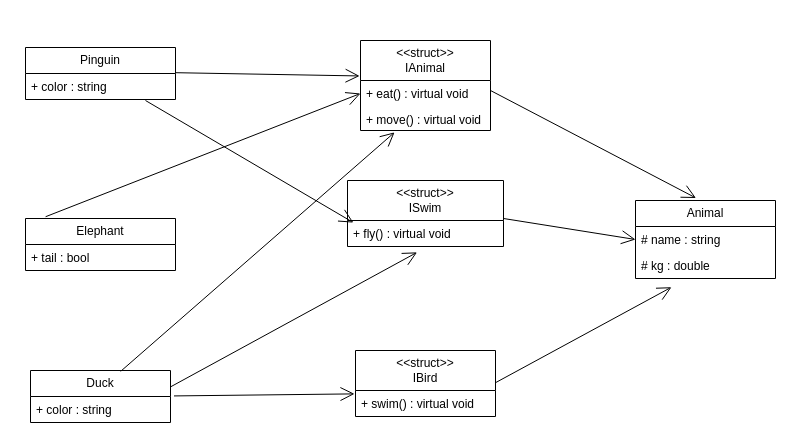
Nikitamoge/For-UML keeps this draw.io diagram as 30.04.24.drawio. Above is the earlier version. Source tidied: cells renumbered, new cells numbered last; positions are measured from the earlier drawing's top-left corner, leaving out a move shared by most shapes. Both pictures are drawn from the tidied source at 100%, with x=0, y=0 at pixel (25, 40).
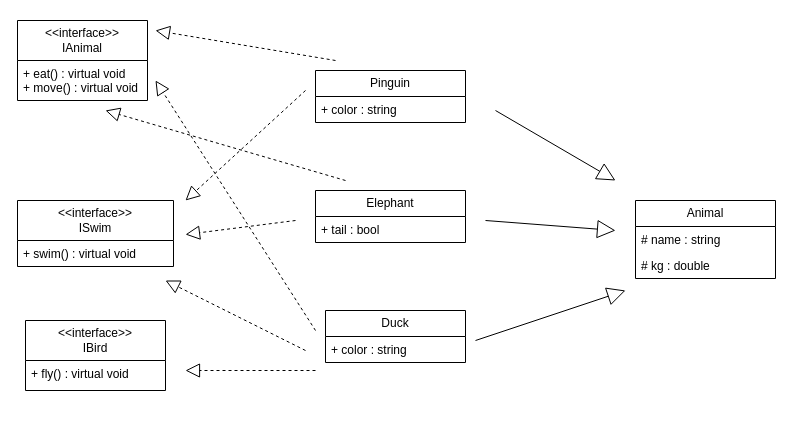
The same page after the edit.

The change refers to these unchanged cells:
```xml
<mxCell id="10" value="+ color : string" style="text;strokeColor=none;fillColor=none;align=left;verticalAlign=top;spacingLeft=4;spacingRight=4;overflow=hidden;points=[[0,0.5],[1,0.5]];portConstraint=eastwest;whiteSpace=wrap;html=1;" parent="9" vertex="1">
  <mxGeometry y="26" width="140" height="26" as="geometry" />
</mxCell>
<mxCell id="11" value="Animal" style="swimlane;fontStyle=0;horizontal=1;startSize=26;fillColor=none;whiteSpace=wrap;html=1;" parent="1" vertex="1">
  <mxGeometry x="610" y="160" width="140" height="78" as="geometry" />
</mxCell>
<mxCell id="12" value="# name : string" style="text;strokeColor=none;fillColor=none;align=left;verticalAlign=top;spacingLeft=4;spacingRight=4;overflow=hidden;points=[[0,0.5],[1,0.5]];portConstraint=eastwest;whiteSpace=wrap;html=1;" parent="11" vertex="1">
  <mxGeometry y="26" width="140" height="26" as="geometry" />
</mxCell>
<mxCell id="13" value="# kg : double" style="text;strokeColor=none;fillColor=none;align=left;verticalAlign=top;spacingLeft=4;spacingRight=4;overflow=hidden;points=[[0,0.5],[1,0.5]];portConstraint=eastwest;whiteSpace=wrap;html=1;" parent="11" vertex="1">
  <mxGeometry y="52" width="140" height="26" as="geometry" />
</mxCell>
```

Diff of the diagram source:
```diff
@@
-    <mxCell id="2" value="&lt;div&gt;&amp;lt;&amp;lt;struct&amp;gt;&amp;gt;&lt;/div&gt;IAnimal" style="swimlane;fontStyle=0;horizontal=1;startSize=40;fillColor=none;whiteSpace=wrap;html=1;" parent="1" vertex="1">
-      <mxGeometry x="335" width="130" height="90" as="geometry" />
+    <mxCell id="2" value="&lt;div&gt;&amp;lt;&amp;lt;interface&amp;gt;&amp;gt;&lt;/div&gt;IAnimal" style="swimlane;fontStyle=0;horizontal=1;startSize=40;fillColor=none;whiteSpace=wrap;html=1;" parent="1" vertex="1">
+      <mxGeometry x="-8" y="-20" width="130" height="80" as="geometry" />
     </mxCell>
-    <mxCell id="3" value="+ eat() : virtual void" style="text;strokeColor=none;fillColor=none;align=left;verticalAlign=top;spacingLeft=4;spacingRight=4;overflow=hidden;points=[[0,0.5],[1,0.5]];portConstraint=eastwest;whiteSpace=wrap;html=1;" parent="2" vertex="1">
-      <mxGeometry y="40" width="130" height="26" as="geometry" />
+    <mxCell id="3" value="+ eat() : virtual void&lt;div&gt;+ move() : virtual void&lt;br&gt;&lt;/div&gt;" style="text;strokeColor=none;fillColor=none;align=left;verticalAlign=top;spacingLeft=4;spacingRight=4;overflow=hidden;points=[[0,0.5],[1,0.5]];portConstraint=eastwest;whiteSpace=wrap;html=1;" parent="2" vertex="1">
+      <mxGeometry y="40" width="130" height="40" as="geometry" />
     </mxCell>
-    <mxCell id="4" value="+ move() : virtual void" style="text;strokeColor=none;fillColor=none;align=left;verticalAlign=top;spacingLeft=4;spacingRight=4;overflow=hidden;points=[[0,0.5],[1,0.5]];portConstraint=eastwest;whiteSpace=wrap;html=1;" parent="2" vertex="1">
-      <mxGeometry y="66" width="130" height="24" as="geometry" />
-    </mxCell>
     <mxCell id="5" value="Elephant" style="swimlane;fontStyle=0;horizontal=1;startSize=26;fillColor=none;whiteSpace=wrap;html=1;" parent="1" vertex="1">
-      <mxGeometry y="178" width="150" height="52" as="geometry" />
+      <mxGeometry x="290" y="150" width="150" height="52" as="geometry" />
     </mxCell>
@@
     <mxCell id="7" value="Pinguin" style="swimlane;fontStyle=0;horizontal=1;startSize=26;fillColor=none;whiteSpace=wrap;html=1;" parent="1" vertex="1">
-      <mxGeometry y="7" width="150" height="52" as="geometry" />
+      <mxGeometry x="290" y="30" width="150" height="52" as="geometry" />
     </mxCell>
@@
     <mxCell id="9" value="Duck" style="swimlane;fontStyle=0;horizontal=1;startSize=26;fillColor=none;whiteSpace=wrap;html=1;" parent="1" vertex="1">
-      <mxGeometry x="5" y="330" width="140" height="52" as="geometry" />
+      <mxGeometry x="300" y="270" width="140" height="52" as="geometry" />
     </mxCell>
@@
-    <mxCell id="14" value="&lt;div&gt;&amp;lt;&amp;lt;struct&amp;gt;&amp;gt;&lt;br&gt;&lt;/div&gt;IBird" style="swimlane;fontStyle=0;horizontal=1;startSize=40;fillColor=none;whiteSpace=wrap;html=1;" parent="1" vertex="1">
-      <mxGeometry x="330" y="310" width="140" height="66" as="geometry" />
+    <mxCell id="14" value="&lt;div&gt;&amp;lt;&amp;lt;&lt;span style=&quot;background-color: initial;&quot;&gt;interface&lt;/span&gt;&lt;span style=&quot;background-color: initial;&quot;&gt;&amp;gt;&amp;gt;&lt;/span&gt;&lt;/div&gt;IBird" style="swimlane;fontStyle=0;horizontal=1;startSize=40;fillColor=none;whiteSpace=wrap;html=1;" parent="1" vertex="1">
+      <mxGeometry y="280" width="140" height="70" as="geometry" />
     </mxCell>
-    <mxCell id="15" value="+ swim() : virtual void" style="text;strokeColor=none;fillColor=none;align=left;verticalAlign=top;spacingLeft=4;spacingRight=4;overflow=hidden;points=[[0,0.5],[1,0.5]];portConstraint=eastwest;whiteSpace=wrap;html=1;" parent="14" vertex="1">
-      <mxGeometry y="40" width="140" height="26" as="geometry" />
+    <mxCell id="15" value="&lt;div&gt;+ fly() : virtual void&lt;br&gt;&lt;/div&gt;" style="text;strokeColor=none;fillColor=none;align=left;verticalAlign=top;spacingLeft=4;spacingRight=4;overflow=hidden;points=[[0,0.5],[1,0.5]];portConstraint=eastwest;whiteSpace=wrap;html=1;" parent="14" vertex="1">
+      <mxGeometry y="40" width="140" height="30" as="geometry" />
     </mxCell>
-    <mxCell id="16" value="&lt;div&gt;&amp;lt;&amp;lt;struct&amp;gt;&amp;gt;&lt;br&gt;&lt;/div&gt;ISwim" style="swimlane;fontStyle=0;horizontal=1;startSize=40;fillColor=none;whiteSpace=wrap;html=1;" parent="1" vertex="1">
-      <mxGeometry x="322" y="140" width="156" height="66" as="geometry" />
+    <mxCell id="16" value="&lt;div&gt;&amp;lt;&amp;lt;&lt;span style=&quot;background-color: initial;&quot;&gt;interface&lt;/span&gt;&lt;span style=&quot;background-color: initial;&quot;&gt;&amp;gt;&amp;gt;&lt;/span&gt;&lt;/div&gt;ISwim" style="swimlane;fontStyle=0;horizontal=1;startSize=40;fillColor=none;whiteSpace=wrap;html=1;" parent="1" vertex="1">
+      <mxGeometry x="-8" y="160" width="156" height="66" as="geometry" />
     </mxCell>
-    <mxCell id="17" value="+ fly() : virtual void" style="text;strokeColor=none;fillColor=none;align=left;verticalAlign=top;spacingLeft=4;spacingRight=4;overflow=hidden;points=[[0,0.5],[1,0.5]];portConstraint=eastwest;whiteSpace=wrap;html=1;" parent="16" vertex="1">
+    <mxCell id="17" value="+ swim() : virtual void&lt;div&gt;&lt;br&gt;&lt;/div&gt;" style="text;strokeColor=none;fillColor=none;align=left;verticalAlign=top;spacingLeft=4;spacingRight=4;overflow=hidden;points=[[0,0.5],[1,0.5]];portConstraint=eastwest;whiteSpace=wrap;html=1;" parent="16" vertex="1">
       <mxGeometry y="40" width="156" height="26" as="geometry" />
     </mxCell>
-    <mxCell id="18" style="endArrow=open;endFill=1;endSize=12;html=1;rounded=0;entryX=-0.007;entryY=0.13;entryDx=0;entryDy=0;entryPerimeter=0;exitX=1.025;exitY=-0.022;exitDx=0;exitDy=0;exitPerimeter=0;" parent="1" edge="1" source="10" target="15">
-      <mxGeometry relative="1" as="geometry" />
-    </mxCell>
-    <mxCell id="19" style="endArrow=open;endFill=1;endSize=12;html=1;rounded=0;exitX=0.399;exitY=-0.014;exitDx=0;exitDy=0;exitPerimeter=0;entryX=0.446;entryY=1.225;entryDx=0;entryDy=0;entryPerimeter=0;" parent="1" edge="1" target="17">
-      <mxGeometry relative="1" as="geometry">
-        <mxPoint x="145" y="346.4" as="sourcePoint" />
-      </mxGeometry>
-    </mxCell>
-    <mxCell id="20" style="endArrow=open;endFill=1;endSize=12;html=1;rounded=0;entryX=0.262;entryY=1.077;entryDx=0;entryDy=0;entryPerimeter=0;exitX=0.644;exitY=0.016;exitDx=0;exitDy=0;exitPerimeter=0;" parent="1" edge="1" source="9" target="4">
-      <mxGeometry relative="1" as="geometry" />
-    </mxCell>
-    <mxCell id="21" style="endArrow=open;endFill=1;endSize=12;html=1;rounded=0;entryX=0;entryY=0.5;entryDx=0;entryDy=0;exitX=0.134;exitY=-0.034;exitDx=0;exitDy=0;exitPerimeter=0;" parent="1" edge="1" source="5" target="3">
-      <mxGeometry relative="1" as="geometry" />
-    </mxCell>
-    <mxCell id="22" style="endArrow=open;endFill=1;endSize=12;html=1;rounded=0;entryX=0.432;entryY=-0.032;entryDx=0;entryDy=0;entryPerimeter=0;" parent="1" edge="1" target="11">
-      <mxGeometry relative="1" as="geometry">
-        <mxPoint x="465" y="50" as="sourcePoint" />
-      </mxGeometry>
-    </mxCell>
-    <mxCell id="23" style="endArrow=open;endFill=1;endSize=12;html=1;rounded=0;entryX=0.257;entryY=1.335;entryDx=0;entryDy=0;entryPerimeter=0;" parent="1" edge="1" target="13">
-      <mxGeometry relative="1" as="geometry">
-        <mxPoint x="470" y="342.2" as="sourcePoint" />
-      </mxGeometry>
-    </mxCell>
-    <mxCell id="24" style="endArrow=open;endFill=1;endSize=12;html=1;rounded=0;entryX=0;entryY=0.5;entryDx=0;entryDy=0;" parent="1" edge="1" target="12">
-      <mxGeometry relative="1" as="geometry">
-        <mxPoint x="478" y="178" as="sourcePoint" />
-      </mxGeometry>
-    </mxCell>
-    <mxCell id="25" style="endArrow=open;endFill=1;endSize=12;html=1;rounded=0;entryX=-0.007;entryY=0.394;entryDx=0;entryDy=0;entryPerimeter=0;" parent="1" edge="1" target="2">
-      <mxGeometry relative="1" as="geometry">
-        <mxPoint x="150" y="32.2" as="sourcePoint" />
-      </mxGeometry>
-    </mxCell>
-    <mxCell id="26" style="endArrow=open;endFill=1;endSize=12;html=1;rounded=0;entryX=0.038;entryY=0.081;entryDx=0;entryDy=0;entryPerimeter=0;" parent="1" edge="1" target="17">
-      <mxGeometry relative="1" as="geometry">
-        <mxPoint x="120" y="60" as="sourcePoint" />
-      </mxGeometry>
-    </mxCell>
+    <mxCell id="27" style="endArrow=block;endSize=16;endFill=0;html=1;rounded=0;" parent="1" edge="1">
+      <mxGeometry relative="1" as="geometry">
+        <mxPoint x="450" y="300" as="sourcePoint" />
+        <mxPoint x="600" y="250" as="targetPoint" />
+      </mxGeometry>
+    </mxCell>
+    <mxCell id="28" style="endArrow=block;endSize=16;endFill=0;html=1;rounded=0;" parent="1" edge="1">
+      <mxGeometry relative="1" as="geometry">
+        <mxPoint x="460" y="180" as="sourcePoint" />
+        <mxPoint x="590" y="190" as="targetPoint" />
+      </mxGeometry>
+    </mxCell>
+    <mxCell id="29" style="endArrow=block;endSize=16;endFill=0;html=1;rounded=0;" parent="1" edge="1">
+      <mxGeometry relative="1" as="geometry">
+        <mxPoint x="470" y="70" as="sourcePoint" />
+        <mxPoint x="590" y="140" as="targetPoint" />
+      </mxGeometry>
+    </mxCell>
+    <mxCell id="30" style="endArrow=block;dashed=1;endFill=0;endSize=12;html=1;rounded=0;" parent="1" edge="1">
+      <mxGeometry relative="1" as="geometry">
+        <mxPoint x="280" y="50" as="sourcePoint" />
+        <mxPoint x="160" y="160" as="targetPoint" />
+      </mxGeometry>
+    </mxCell>
+    <mxCell id="31" style="endArrow=block;dashed=1;endFill=0;endSize=12;html=1;rounded=0;" parent="1" edge="1">
+      <mxGeometry relative="1" as="geometry">
+        <mxPoint x="280" y="310" as="sourcePoint" />
+        <mxPoint x="140" y="240" as="targetPoint" />
+      </mxGeometry>
+    </mxCell>
+    <mxCell id="32" style="endArrow=block;dashed=1;endFill=0;endSize=12;html=1;rounded=0;" parent="1" edge="1">
+      <mxGeometry relative="1" as="geometry">
+        <mxPoint x="270" y="180" as="sourcePoint" />
+        <mxPoint x="160" y="194" as="targetPoint" />
+      </mxGeometry>
+    </mxCell>
+    <mxCell id="33" style="endArrow=block;dashed=1;endFill=0;endSize=12;html=1;rounded=0;" parent="1" edge="1">
+      <mxGeometry relative="1" as="geometry">
+        <mxPoint x="290" y="290" as="sourcePoint" />
+        <mxPoint x="130" y="40" as="targetPoint" />
+      </mxGeometry>
+    </mxCell>
+    <mxCell id="34" style="endArrow=block;dashed=1;endFill=0;endSize=12;html=1;rounded=0;" parent="1" edge="1">
+      <mxGeometry relative="1" as="geometry">
+        <mxPoint x="320" y="140" as="sourcePoint" />
+        <mxPoint x="80" y="70" as="targetPoint" />
+      </mxGeometry>
+    </mxCell>
+    <mxCell id="35" style="endArrow=block;dashed=1;endFill=0;endSize=12;html=1;rounded=0;" parent="1" edge="1">
+      <mxGeometry relative="1" as="geometry">
+        <mxPoint x="310" y="20" as="sourcePoint" />
+        <mxPoint x="130" y="-10" as="targetPoint" />
+      </mxGeometry>
+    </mxCell>
+    <mxCell id="36" style="endArrow=block;dashed=1;endFill=0;endSize=12;html=1;rounded=0;" parent="1" edge="1">
+      <mxGeometry relative="1" as="geometry">
+        <mxPoint x="290" y="330" as="sourcePoint" />
+        <mxPoint x="160" y="330" as="targetPoint" />
+      </mxGeometry>
+    </mxCell>
```
